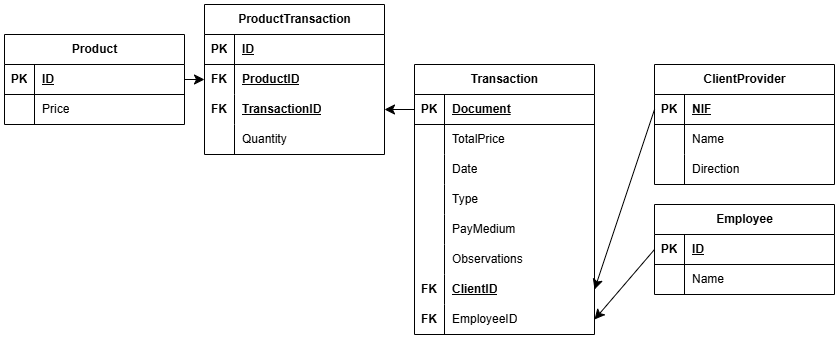
This is img/modelo_relacional.png from magnitopic/DataExercise, a draw.io export, as it was before one commit. Source tidied: cells renumbered, new cells last; positions are measured from the earlier drawing's top-left corner, leaving out a move shared by most shapes. Its diagram source:
```xml
<mxGraphModel>
  <root>
    <mxCell id="0" />
    <mxCell id="1" parent="0" />
    <mxCell id="2" value="ClientProvider" style="shape=table;startSize=30;rowLines=0;fontStyle=1;align=center;html=1;" parent="1" vertex="1">
      <mxGeometry x="650" y="60" width="180" height="120" as="geometry" />
    </mxCell>
    <mxCell id="3" style="shape=tableRow;horizontal=0;startSize=0;swimlaneHead=0;swimlaneBody=0;fillColor=none;points=[[0,0.5],[1,0.5]];portConstraint=eastwest;top=0;left=0;right=0;bottom=1;" parent="2" vertex="1">
      <mxGeometry y="30" width="180" height="30" as="geometry" />
    </mxCell>
    <mxCell id="4" value="PK" style="shape=partialRectangle;fillColor=none;top=0;left=0;bottom=0;right=0;fontStyle=1;overflow=hidden;whiteSpace=wrap;html=1;" parent="3" vertex="1">
      <mxGeometry width="30" height="30" as="geometry" />
    </mxCell>
    <mxCell id="5" value="NIF" style="shape=partialRectangle;fillColor=none;top=0;left=0;bottom=0;right=0;align=left;spacingLeft=6;fontStyle=5;overflow=hidden;whiteSpace=wrap;html=1;" parent="3" vertex="1">
      <mxGeometry x="30" width="150" height="30" as="geometry" />
    </mxCell>
    <mxCell id="6" style="shape=tableRow;horizontal=0;startSize=0;swimlaneHead=0;swimlaneBody=0;fillColor=none;top=0;left=0;right=0;bottom=0;" parent="2" vertex="1">
      <mxGeometry y="60" width="180" height="30" as="geometry" />
    </mxCell>
    <mxCell id="7" style="shape=partialRectangle;fillColor=none;top=0;left=0;bottom=0;right=0;overflow=hidden;whiteSpace=wrap;html=1;" parent="6" vertex="1">
      <mxGeometry width="30" height="30" as="geometry" />
    </mxCell>
    <mxCell id="8" value="Name" style="shape=partialRectangle;fillColor=none;top=0;left=0;bottom=0;right=0;align=left;spacingLeft=6;overflow=hidden;whiteSpace=wrap;html=1;" parent="6" vertex="1">
      <mxGeometry x="30" width="150" height="30" as="geometry" />
    </mxCell>
    <mxCell id="9" style="shape=tableRow;horizontal=0;startSize=0;swimlaneHead=0;swimlaneBody=0;fillColor=none;top=0;left=0;right=0;bottom=0;" parent="2" vertex="1">
      <mxGeometry y="90" width="180" height="30" as="geometry" />
    </mxCell>
    <mxCell id="10" style="shape=partialRectangle;fillColor=none;top=0;left=0;bottom=0;right=0;overflow=hidden;whiteSpace=wrap;html=1;" parent="9" vertex="1">
      <mxGeometry width="30" height="30" as="geometry" />
    </mxCell>
    <mxCell id="11" value="Direction" style="shape=partialRectangle;fillColor=none;top=0;left=0;bottom=0;right=0;align=left;spacingLeft=6;overflow=hidden;whiteSpace=wrap;html=1;" parent="9" vertex="1">
      <mxGeometry x="30" width="150" height="30" as="geometry" />
    </mxCell>
    <mxCell id="12" value="Transaction" style="shape=table;startSize=30;rowLines=0;fontStyle=1;align=center;html=1;" parent="1" vertex="1">
      <mxGeometry x="410" y="60" width="180" height="270" as="geometry" />
    </mxCell>
    <mxCell id="13" style="shape=tableRow;horizontal=0;startSize=0;swimlaneHead=0;swimlaneBody=0;fillColor=none;points=[[0,0.5],[1,0.5]];portConstraint=eastwest;top=0;left=0;right=0;bottom=1;" parent="12" vertex="1">
      <mxGeometry y="30" width="180" height="30" as="geometry" />
    </mxCell>
    <mxCell id="14" value="PK" style="shape=partialRectangle;fillColor=none;top=0;left=0;bottom=0;right=0;fontStyle=1;overflow=hidden;whiteSpace=wrap;html=1;" parent="13" vertex="1">
      <mxGeometry width="30" height="30" as="geometry" />
    </mxCell>
    <mxCell id="15" value="Document" style="shape=partialRectangle;fillColor=none;top=0;left=0;bottom=0;right=0;align=left;spacingLeft=6;fontStyle=5;overflow=hidden;whiteSpace=wrap;html=1;" parent="13" vertex="1">
      <mxGeometry x="30" width="150" height="30" as="geometry" />
    </mxCell>
    <mxCell id="16" style="shape=tableRow;horizontal=0;startSize=0;swimlaneHead=0;swimlaneBody=0;fillColor=none;top=0;left=0;right=0;bottom=0;" parent="12" vertex="1">
      <mxGeometry y="60" width="180" height="30" as="geometry" />
    </mxCell>
    <mxCell id="17" style="shape=partialRectangle;fillColor=none;top=0;left=0;bottom=0;right=0;overflow=hidden;whiteSpace=wrap;html=1;" parent="16" vertex="1">
      <mxGeometry width="30" height="30" as="geometry" />
    </mxCell>
    <mxCell id="18" value="TotalPrice" style="shape=partialRectangle;fillColor=none;top=0;left=0;bottom=0;right=0;align=left;spacingLeft=6;overflow=hidden;whiteSpace=wrap;html=1;" parent="16" vertex="1">
      <mxGeometry x="30" width="150" height="30" as="geometry" />
    </mxCell>
    <mxCell id="19" style="shape=tableRow;horizontal=0;startSize=0;swimlaneHead=0;swimlaneBody=0;fillColor=none;top=0;left=0;right=0;bottom=0;" parent="12" vertex="1">
      <mxGeometry y="90" width="180" height="30" as="geometry" />
    </mxCell>
    <mxCell id="20" style="shape=partialRectangle;fillColor=none;top=0;left=0;bottom=0;right=0;overflow=hidden;whiteSpace=wrap;html=1;" parent="19" vertex="1">
      <mxGeometry width="30" height="30" as="geometry" />
    </mxCell>
    <mxCell id="21" value="Date" style="shape=partialRectangle;fillColor=none;top=0;left=0;bottom=0;right=0;align=left;spacingLeft=6;overflow=hidden;whiteSpace=wrap;html=1;" parent="19" vertex="1">
      <mxGeometry x="30" width="150" height="30" as="geometry" />
    </mxCell>
    <mxCell id="22" style="shape=tableRow;horizontal=0;startSize=0;swimlaneHead=0;swimlaneBody=0;fillColor=none;top=0;left=0;right=0;bottom=0;" parent="12" vertex="1">
      <mxGeometry y="120" width="180" height="30" as="geometry" />
    </mxCell>
    <mxCell id="23" style="shape=partialRectangle;fillColor=none;top=0;left=0;bottom=0;right=0;overflow=hidden;whiteSpace=wrap;html=1;" parent="22" vertex="1">
      <mxGeometry width="30" height="30" as="geometry" />
    </mxCell>
    <mxCell id="24" value="Type" style="shape=partialRectangle;fillColor=none;top=0;left=0;bottom=0;right=0;align=left;spacingLeft=6;overflow=hidden;whiteSpace=wrap;html=1;" parent="22" vertex="1">
      <mxGeometry x="30" width="150" height="30" as="geometry" />
    </mxCell>
    <mxCell id="25" style="shape=tableRow;horizontal=0;startSize=0;swimlaneHead=0;swimlaneBody=0;fillColor=none;top=0;left=0;right=0;bottom=0;" parent="12" vertex="1">
      <mxGeometry y="150" width="180" height="30" as="geometry" />
    </mxCell>
    <mxCell id="26" style="shape=partialRectangle;fillColor=none;top=0;left=0;bottom=0;right=0;overflow=hidden;whiteSpace=wrap;html=1;" parent="25" vertex="1">
      <mxGeometry width="30" height="30" as="geometry" />
    </mxCell>
    <mxCell id="27" value="PayMedium" style="shape=partialRectangle;fillColor=none;top=0;left=0;bottom=0;right=0;align=left;spacingLeft=6;overflow=hidden;whiteSpace=wrap;html=1;" parent="25" vertex="1">
      <mxGeometry x="30" width="150" height="30" as="geometry" />
    </mxCell>
    <mxCell id="28" style="shape=tableRow;horizontal=0;startSize=0;swimlaneHead=0;swimlaneBody=0;fillColor=none;top=0;left=0;right=0;bottom=0;" parent="12" vertex="1">
      <mxGeometry y="180" width="180" height="30" as="geometry" />
    </mxCell>
    <mxCell id="29" style="shape=partialRectangle;fillColor=none;top=0;left=0;bottom=0;right=0;overflow=hidden;whiteSpace=wrap;html=1;" parent="28" vertex="1">
      <mxGeometry width="30" height="30" as="geometry" />
    </mxCell>
    <mxCell id="30" value="Observations" style="shape=partialRectangle;fillColor=none;top=0;left=0;bottom=0;right=0;align=left;spacingLeft=6;overflow=hidden;whiteSpace=wrap;html=1;" parent="28" vertex="1">
      <mxGeometry x="30" width="150" height="30" as="geometry" />
    </mxCell>
    <mxCell id="31" style="shape=tableRow;horizontal=0;startSize=0;swimlaneHead=0;swimlaneBody=0;fillColor=none;points=[[0,0.5],[1,0.5]];portConstraint=eastwest;top=0;left=0;right=0;bottom=0;" parent="12" vertex="1">
      <mxGeometry y="210" width="180" height="30" as="geometry" />
    </mxCell>
    <mxCell id="32" value="&lt;b&gt;FK&lt;/b&gt;" style="shape=partialRectangle;fillColor=none;top=0;left=0;bottom=0;right=0;overflow=hidden;whiteSpace=wrap;html=1;" parent="31" vertex="1">
      <mxGeometry width="30" height="30" as="geometry" />
    </mxCell>
    <mxCell id="33" value="&lt;b&gt;&lt;u&gt;ClientID&lt;/u&gt;&lt;/b&gt;" style="shape=partialRectangle;fillColor=none;top=0;left=0;bottom=0;right=0;align=left;spacingLeft=6;overflow=hidden;whiteSpace=wrap;html=1;" parent="31" vertex="1">
      <mxGeometry x="30" width="150" height="30" as="geometry" />
    </mxCell>
    <mxCell id="34" style="shape=tableRow;horizontal=0;startSize=0;swimlaneHead=0;swimlaneBody=0;fillColor=none;points=[[0,0.5],[1,0.5]];portConstraint=eastwest;top=0;left=0;right=0;bottom=0;" parent="12" vertex="1">
      <mxGeometry y="240" width="180" height="30" as="geometry" />
    </mxCell>
    <mxCell id="35" value="&lt;b&gt;FK&lt;/b&gt;" style="shape=partialRectangle;fillColor=none;top=0;left=0;bottom=0;right=0;overflow=hidden;whiteSpace=wrap;html=1;" parent="34" vertex="1">
      <mxGeometry width="30" height="30" as="geometry" />
    </mxCell>
    <mxCell id="36" value="EmployeeID" style="shape=partialRectangle;fillColor=none;top=0;left=0;bottom=0;right=0;align=left;spacingLeft=6;overflow=hidden;whiteSpace=wrap;html=1;" parent="34" vertex="1">
      <mxGeometry x="30" width="150" height="30" as="geometry" />
    </mxCell>
    <mxCell id="37" style="edgeStyle=none;curved=1;rounded=0;jettySize=auto;html=1;exitX=0;exitY=0.5;exitDx=0;exitDy=0;entryX=1;entryY=0.5;entryDx=0;entryDy=0;fontSize=12;startSize=8;endSize=8;" parent="1" edge="1" source="3" target="31">
      <mxGeometry relative="1" as="geometry" />
    </mxCell>
    <mxCell id="38" value="Employee" style="shape=table;startSize=30;rowLines=0;fontStyle=1;align=center;html=1;" parent="1" vertex="1">
      <mxGeometry x="650" y="200" width="180" height="90" as="geometry" />
    </mxCell>
    <mxCell id="39" style="shape=tableRow;horizontal=0;startSize=0;swimlaneHead=0;swimlaneBody=0;fillColor=none;points=[[0,0.5],[1,0.5]];portConstraint=eastwest;top=0;left=0;right=0;bottom=1;" parent="38" vertex="1">
      <mxGeometry y="30" width="180" height="30" as="geometry" />
    </mxCell>
    <mxCell id="40" value="PK" style="shape=partialRectangle;fillColor=none;top=0;left=0;bottom=0;right=0;fontStyle=1;overflow=hidden;whiteSpace=wrap;html=1;" parent="39" vertex="1">
      <mxGeometry width="30" height="30" as="geometry" />
    </mxCell>
    <mxCell id="41" value="ID" style="shape=partialRectangle;fillColor=none;top=0;left=0;bottom=0;right=0;align=left;spacingLeft=6;fontStyle=5;overflow=hidden;whiteSpace=wrap;html=1;" parent="39" vertex="1">
      <mxGeometry x="30" width="150" height="30" as="geometry" />
    </mxCell>
    <mxCell id="42" style="shape=tableRow;horizontal=0;startSize=0;swimlaneHead=0;swimlaneBody=0;fillColor=none;top=0;left=0;right=0;bottom=0;" parent="38" vertex="1">
      <mxGeometry y="60" width="180" height="30" as="geometry" />
    </mxCell>
    <mxCell id="43" style="shape=partialRectangle;fillColor=none;top=0;left=0;bottom=0;right=0;overflow=hidden;whiteSpace=wrap;html=1;" parent="42" vertex="1">
      <mxGeometry width="30" height="30" as="geometry" />
    </mxCell>
    <mxCell id="44" value="Name" style="shape=partialRectangle;fillColor=none;top=0;left=0;bottom=0;right=0;align=left;spacingLeft=6;overflow=hidden;whiteSpace=wrap;html=1;" parent="42" vertex="1">
      <mxGeometry x="30" width="150" height="30" as="geometry" />
    </mxCell>
    <mxCell id="45" style="edgeStyle=none;curved=1;rounded=0;jettySize=auto;html=1;exitX=0;exitY=0.5;exitDx=0;exitDy=0;entryX=1;entryY=0.5;entryDx=0;entryDy=0;fontSize=12;startSize=8;endSize=8;" parent="1" edge="1" source="39" target="34">
      <mxGeometry relative="1" as="geometry" />
    </mxCell>
    <mxCell id="46" value="Product" style="shape=table;startSize=30;rowLines=0;fontStyle=1;align=center;html=1;" parent="1" vertex="1">
      <mxGeometry y="30" width="180" height="90" as="geometry" />
    </mxCell>
    <mxCell id="47" style="shape=tableRow;horizontal=0;startSize=0;swimlaneHead=0;swimlaneBody=0;fillColor=none;points=[[0,0.5],[1,0.5]];portConstraint=eastwest;top=0;left=0;right=0;bottom=1;" parent="46" vertex="1">
      <mxGeometry y="30" width="180" height="30" as="geometry" />
    </mxCell>
    <mxCell id="48" value="PK" style="shape=partialRectangle;fillColor=none;top=0;left=0;bottom=0;right=0;fontStyle=1;overflow=hidden;whiteSpace=wrap;html=1;" parent="47" vertex="1">
      <mxGeometry width="30" height="30" as="geometry" />
    </mxCell>
    <mxCell id="49" value="ID" style="shape=partialRectangle;fillColor=none;top=0;left=0;bottom=0;right=0;align=left;spacingLeft=6;fontStyle=5;overflow=hidden;whiteSpace=wrap;html=1;" parent="47" vertex="1">
      <mxGeometry x="30" width="150" height="30" as="geometry" />
    </mxCell>
    <mxCell id="50" style="shape=tableRow;horizontal=0;startSize=0;swimlaneHead=0;swimlaneBody=0;fillColor=none;top=0;left=0;right=0;bottom=0;" parent="46" vertex="1">
      <mxGeometry y="60" width="180" height="30" as="geometry" />
    </mxCell>
    <mxCell id="51" style="shape=partialRectangle;fillColor=none;top=0;left=0;bottom=0;right=0;overflow=hidden;whiteSpace=wrap;html=1;" parent="50" vertex="1">
      <mxGeometry width="30" height="30" as="geometry" />
    </mxCell>
    <mxCell id="52" value="Price" style="shape=partialRectangle;fillColor=none;top=0;left=0;bottom=0;right=0;align=left;spacingLeft=6;overflow=hidden;whiteSpace=wrap;html=1;" parent="50" vertex="1">
      <mxGeometry x="30" width="150" height="30" as="geometry" />
    </mxCell>
    <mxCell id="53" value="ProductTransaction" style="shape=table;startSize=30;rowLines=0;fontStyle=1;align=center;html=1;" parent="1" vertex="1">
      <mxGeometry x="200" width="180" height="150" as="geometry" />
    </mxCell>
    <mxCell id="54" style="shape=tableRow;horizontal=0;startSize=0;swimlaneHead=0;swimlaneBody=0;fillColor=none;top=0;left=0;right=0;bottom=1;" parent="53" vertex="1">
      <mxGeometry y="30" width="180" height="30" as="geometry" />
    </mxCell>
    <mxCell id="55" value="PK" style="shape=partialRectangle;fillColor=none;top=0;left=0;bottom=0;right=0;fontStyle=1;overflow=hidden;whiteSpace=wrap;html=1;" parent="54" vertex="1">
      <mxGeometry width="30" height="30" as="geometry" />
    </mxCell>
    <mxCell id="56" value="ID" style="shape=partialRectangle;fillColor=none;top=0;left=0;bottom=0;right=0;align=left;spacingLeft=6;fontStyle=5;overflow=hidden;whiteSpace=wrap;html=1;" parent="54" vertex="1">
      <mxGeometry x="30" width="150" height="30" as="geometry" />
    </mxCell>
    <mxCell id="57" style="shape=tableRow;horizontal=0;startSize=0;swimlaneHead=0;swimlaneBody=0;fillColor=none;points=[[0,0.5],[1,0.5]];portConstraint=eastwest;top=0;left=0;right=0;bottom=0;" parent="53" vertex="1">
      <mxGeometry y="60" width="180" height="30" as="geometry" />
    </mxCell>
    <mxCell id="58" value="&lt;b&gt;FK&lt;/b&gt;" style="shape=partialRectangle;fillColor=none;top=0;left=0;bottom=0;right=0;overflow=hidden;whiteSpace=wrap;html=1;" parent="57" vertex="1">
      <mxGeometry width="30" height="30" as="geometry" />
    </mxCell>
    <mxCell id="59" value="&lt;b&gt;&lt;u&gt;ProductID&lt;/u&gt;&lt;/b&gt;" style="shape=partialRectangle;fillColor=none;top=0;left=0;bottom=0;right=0;align=left;spacingLeft=6;overflow=hidden;whiteSpace=wrap;html=1;" parent="57" vertex="1">
      <mxGeometry x="30" width="150" height="30" as="geometry" />
    </mxCell>
    <mxCell id="60" style="shape=tableRow;horizontal=0;startSize=0;swimlaneHead=0;swimlaneBody=0;fillColor=none;points=[[0,0.5],[1,0.5]];portConstraint=eastwest;top=0;left=0;right=0;bottom=0;" parent="53" vertex="1">
      <mxGeometry y="90" width="180" height="30" as="geometry" />
    </mxCell>
    <mxCell id="61" value="&lt;b&gt;FK&lt;/b&gt;" style="shape=partialRectangle;fillColor=none;top=0;left=0;bottom=0;right=0;overflow=hidden;whiteSpace=wrap;html=1;" parent="60" vertex="1">
      <mxGeometry width="30" height="30" as="geometry" />
    </mxCell>
    <mxCell id="62" value="&lt;b&gt;&lt;u&gt;TransactionID&lt;/u&gt;&lt;/b&gt;" style="shape=partialRectangle;fillColor=none;top=0;left=0;bottom=0;right=0;align=left;spacingLeft=6;overflow=hidden;whiteSpace=wrap;html=1;" parent="60" vertex="1">
      <mxGeometry x="30" width="150" height="30" as="geometry" />
    </mxCell>
    <mxCell id="63" style="shape=tableRow;horizontal=0;startSize=0;swimlaneHead=0;swimlaneBody=0;fillColor=none;top=0;left=0;right=0;bottom=0;" parent="53" vertex="1">
      <mxGeometry y="120" width="180" height="30" as="geometry" />
    </mxCell>
    <mxCell id="64" style="shape=partialRectangle;fillColor=none;top=0;left=0;bottom=0;right=0;overflow=hidden;whiteSpace=wrap;html=1;" parent="63" vertex="1">
      <mxGeometry width="30" height="30" as="geometry" />
    </mxCell>
    <mxCell id="65" value="Quantity" style="shape=partialRectangle;fillColor=none;top=0;left=0;bottom=0;right=0;align=left;spacingLeft=6;overflow=hidden;whiteSpace=wrap;html=1;" parent="63" vertex="1">
      <mxGeometry x="30" width="150" height="30" as="geometry" />
    </mxCell>
    <mxCell id="66" style="edgeStyle=none;curved=1;rounded=0;jettySize=auto;html=1;exitX=1;exitY=0.5;exitDx=0;exitDy=0;entryX=0;entryY=0.5;entryDx=0;entryDy=0;fontSize=12;startSize=8;endSize=8;" parent="1" edge="1" source="47" target="57">
      <mxGeometry relative="1" as="geometry" />
    </mxCell>
    <mxCell id="67" style="edgeStyle=none;curved=1;rounded=0;jettySize=auto;html=1;exitX=0;exitY=0.5;exitDx=0;exitDy=0;entryX=1;entryY=0.5;entryDx=0;entryDy=0;fontSize=12;startSize=8;endSize=8;" parent="1" edge="1" source="13" target="60">
      <mxGeometry relative="1" as="geometry" />
    </mxCell>
  </root>
</mxGraphModel>
```
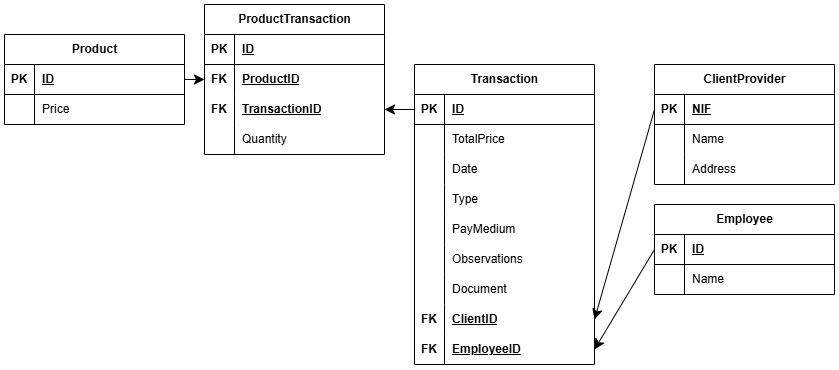
The same file after the commit.

Diff of the diagram source:
```diff
@@ -29,11 +29,11 @@
     <mxCell id="10" style="shape=partialRectangle;fillColor=none;top=0;left=0;bottom=0;right=0;overflow=hidden;whiteSpace=wrap;html=1;" parent="9" vertex="1">
       <mxGeometry width="30" height="30" as="geometry" />
     </mxCell>
-    <mxCell id="11" value="Direction" style="shape=partialRectangle;fillColor=none;top=0;left=0;bottom=0;right=0;align=left;spacingLeft=6;overflow=hidden;whiteSpace=wrap;html=1;" parent="9" vertex="1">
+    <mxCell id="11" value="Address" style="shape=partialRectangle;fillColor=none;top=0;left=0;bottom=0;right=0;align=left;spacingLeft=6;overflow=hidden;whiteSpace=wrap;html=1;" parent="9" vertex="1">
       <mxGeometry x="30" width="150" height="30" as="geometry" />
     </mxCell>
     <mxCell id="12" value="Transaction" style="shape=table;startSize=30;rowLines=0;fontStyle=1;align=center;html=1;" parent="1" vertex="1">
-      <mxGeometry x="410" y="60" width="180" height="270" as="geometry" />
+      <mxGeometry x="410" y="60" width="180" height="300" as="geometry" />
     </mxCell>
     <mxCell id="13" style="shape=tableRow;horizontal=0;startSize=0;swimlaneHead=0;swimlaneBody=0;fillColor=none;points=[[0,0.5],[1,0.5]];portConstraint=eastwest;top=0;left=0;right=0;bottom=1;" parent="12" vertex="1">
       <mxGeometry y="30" width="180" height="30" as="geometry" />
@@ -41,7 +41,7 @@
     <mxCell id="14" value="PK" style="shape=partialRectangle;fillColor=none;top=0;left=0;bottom=0;right=0;fontStyle=1;overflow=hidden;whiteSpace=wrap;html=1;" parent="13" vertex="1">
       <mxGeometry width="30" height="30" as="geometry" />
     </mxCell>
-    <mxCell id="15" value="Document" style="shape=partialRectangle;fillColor=none;top=0;left=0;bottom=0;right=0;align=left;spacingLeft=6;fontStyle=5;overflow=hidden;whiteSpace=wrap;html=1;" parent="13" vertex="1">
+    <mxCell id="15" value="ID" style="shape=partialRectangle;fillColor=none;top=0;left=0;bottom=0;right=0;align=left;spacingLeft=6;fontStyle=5;overflow=hidden;whiteSpace=wrap;html=1;" parent="13" vertex="1">
       <mxGeometry x="30" width="150" height="30" as="geometry" />
     </mxCell>
     <mxCell id="16" style="shape=tableRow;horizontal=0;startSize=0;swimlaneHead=0;swimlaneBody=0;fillColor=none;top=0;left=0;right=0;bottom=0;" parent="12" vertex="1">
@@ -89,8 +89,17 @@
     <mxCell id="30" value="Observations" style="shape=partialRectangle;fillColor=none;top=0;left=0;bottom=0;right=0;align=left;spacingLeft=6;overflow=hidden;whiteSpace=wrap;html=1;" parent="28" vertex="1">
       <mxGeometry x="30" width="150" height="30" as="geometry" />
     </mxCell>
+    <mxCell id="68" style="shape=tableRow;horizontal=0;startSize=0;swimlaneHead=0;swimlaneBody=0;fillColor=none;top=0;left=0;right=0;bottom=0;" parent="12" vertex="1">
+      <mxGeometry y="210" width="180" height="30" as="geometry" />
+    </mxCell>
+    <mxCell id="69" style="shape=partialRectangle;fillColor=none;top=0;left=0;bottom=0;right=0;overflow=hidden;whiteSpace=wrap;html=1;" parent="68" vertex="1">
+      <mxGeometry width="30" height="30" as="geometry" />
+    </mxCell>
+    <mxCell id="70" value="Document" style="shape=partialRectangle;fillColor=none;top=0;left=0;bottom=0;right=0;align=left;spacingLeft=6;overflow=hidden;whiteSpace=wrap;html=1;" parent="68" vertex="1">
+      <mxGeometry x="30" width="150" height="30" as="geometry" />
+    </mxCell>
     <mxCell id="31" style="shape=tableRow;horizontal=0;startSize=0;swimlaneHead=0;swimlaneBody=0;fillColor=none;points=[[0,0.5],[1,0.5]];portConstraint=eastwest;top=0;left=0;right=0;bottom=0;" parent="12" vertex="1">
-      <mxGeometry y="210" width="180" height="30" as="geometry" />
+      <mxGeometry y="240" width="180" height="30" as="geometry" />
     </mxCell>
     <mxCell id="32" value="&lt;b&gt;FK&lt;/b&gt;" style="shape=partialRectangle;fillColor=none;top=0;left=0;bottom=0;right=0;overflow=hidden;whiteSpace=wrap;html=1;" parent="31" vertex="1">
       <mxGeometry width="30" height="30" as="geometry" />
@@ -99,12 +108,12 @@
       <mxGeometry x="30" width="150" height="30" as="geometry" />
     </mxCell>
     <mxCell id="34" style="shape=tableRow;horizontal=0;startSize=0;swimlaneHead=0;swimlaneBody=0;fillColor=none;points=[[0,0.5],[1,0.5]];portConstraint=eastwest;top=0;left=0;right=0;bottom=0;" parent="12" vertex="1">
-      <mxGeometry y="240" width="180" height="30" as="geometry" />
+      <mxGeometry y="270" width="180" height="30" as="geometry" />
     </mxCell>
     <mxCell id="35" value="&lt;b&gt;FK&lt;/b&gt;" style="shape=partialRectangle;fillColor=none;top=0;left=0;bottom=0;right=0;overflow=hidden;whiteSpace=wrap;html=1;" parent="34" vertex="1">
       <mxGeometry width="30" height="30" as="geometry" />
     </mxCell>
-    <mxCell id="36" value="EmployeeID" style="shape=partialRectangle;fillColor=none;top=0;left=0;bottom=0;right=0;align=left;spacingLeft=6;overflow=hidden;whiteSpace=wrap;html=1;" parent="34" vertex="1">
+    <mxCell id="36" value="&lt;b style=&quot;&quot;&gt;&lt;u style=&quot;&quot;&gt;EmployeeID&lt;/u&gt;&lt;/b&gt;" style="shape=partialRectangle;fillColor=none;top=0;left=0;bottom=0;right=0;align=left;spacingLeft=6;overflow=hidden;whiteSpace=wrap;html=1;" parent="34" vertex="1">
       <mxGeometry x="30" width="150" height="30" as="geometry" />
     </mxCell>
     <mxCell id="37" style="edgeStyle=none;curved=1;rounded=0;jettySize=auto;html=1;exitX=0;exitY=0.5;exitDx=0;exitDy=0;entryX=1;entryY=0.5;entryDx=0;entryDy=0;fontSize=12;startSize=8;endSize=8;" parent="1" edge="1" source="3" target="31">
```
